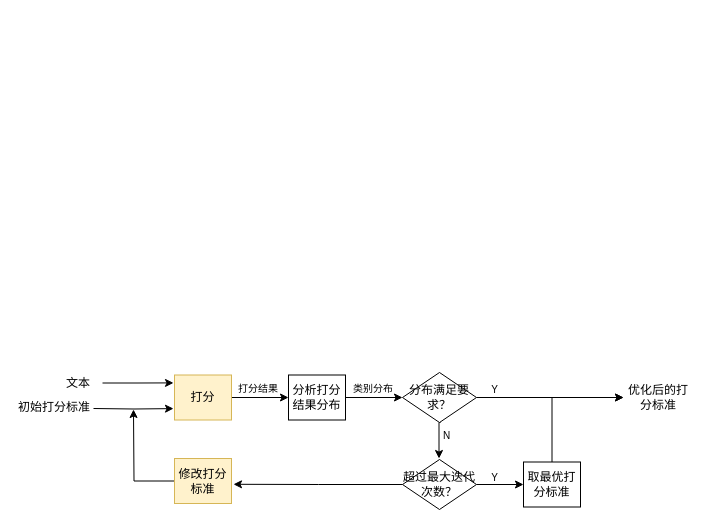
Earlier version of the draw.io diagram 研究局多源异构.drawio (CindyZX/drawio_figures). Source tidied: cells renumbered, new cells numbered last; positions are measured from the earlier drawing's top-left corner, leaving out a move shared by most shapes. Both pictures are drawn from the tidied source at 100%, with x=0, y=0 at pixel (16, 367).
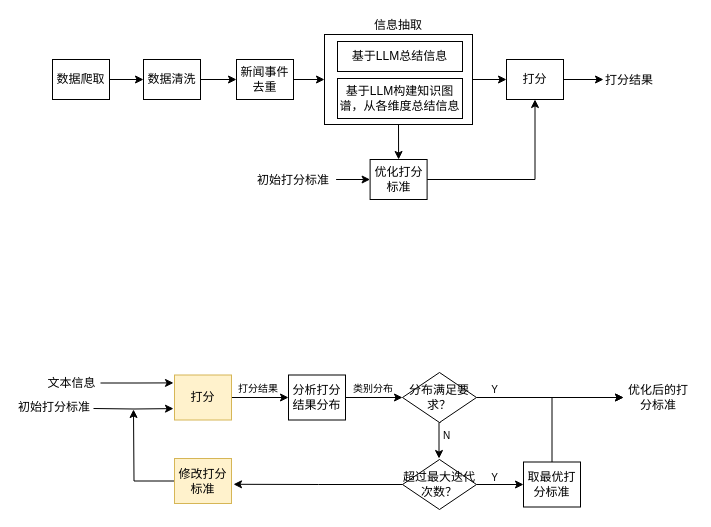
The same page after the edit.

Commit message:
更新研究局多源异构.drawio

Diff of the diagram source:
```diff
@@
-    <mxCell id="2" style="edgeStyle=orthogonalEdgeStyle;rounded=0;jettySize=auto;html=1;exitX=1;exitY=0.5;exitDx=0;exitDy=0;" parent="1" edge="1" source="3">
+    <mxCell id="2" style="edgeStyle=orthogonalEdgeStyle;rounded=0;jettySize=auto;html=1;" parent="1" edge="1" source="3">
       <mxGeometry relative="1" as="geometry">
         <mxPoint x="157" y="15.4" as="targetPoint" />
       </mxGeometry>
     </mxCell>
-    <mxCell id="3" value="文本" style="text;html=1;align=center;verticalAlign=middle;whiteSpace=wrap;rounded=0;" parent="1" vertex="1">
-      <mxGeometry x="38" y="0.5" width="48" height="30" as="geometry" />
+    <mxCell id="3" value="文本信息" style="text;html=1;align=center;verticalAlign=middle;whiteSpace=wrap;rounded=0;" parent="1" vertex="1">
+      <mxGeometry x="27" y="0.5" width="57" height="30" as="geometry" />
     </mxCell>
@@
+    <mxCell id="26" style="edgeStyle=orthogonalEdgeStyle;rounded=0;jettySize=auto;html=1;exitX=1;exitY=0.5;exitDx=0;exitDy=0;entryX=0;entryY=0.5;entryDx=0;entryDy=0;" parent="1" edge="1" source="27" target="30">
+      <mxGeometry relative="1" as="geometry" />
+    </mxCell>
+    <mxCell id="27" value="数据爬取" style="rounded=0;whiteSpace=wrap;html=1;" parent="1" vertex="1">
+      <mxGeometry x="36" y="-308" width="57" height="40" as="geometry" />
+    </mxCell>
+    <mxCell id="28" style="edgeStyle=orthogonalEdgeStyle;rounded=0;orthogonalLoop=1;jettySize=auto;html=1;exitX=0.5;exitY=1;exitDx=0;exitDy=0;" parent="1" edge="1" source="27" target="27">
+      <mxGeometry relative="1" as="geometry" />
+    </mxCell>
+    <mxCell id="29" style="edgeStyle=orthogonalEdgeStyle;rounded=0;jettySize=auto;html=1;exitX=1;exitY=0.5;exitDx=0;exitDy=0;entryX=0;entryY=0.5;entryDx=0;entryDy=0;" parent="1" edge="1" source="30" target="32">
+      <mxGeometry relative="1" as="geometry" />
+    </mxCell>
+    <mxCell id="30" value="数据清洗" style="rounded=0;whiteSpace=wrap;html=1;" parent="1" vertex="1">
+      <mxGeometry x="127" y="-308" width="57" height="40" as="geometry" />
+    </mxCell>
+    <mxCell id="31" style="edgeStyle=orthogonalEdgeStyle;rounded=0;jettySize=auto;html=1;exitX=1;exitY=0.5;exitDx=0;exitDy=0;entryX=0;entryY=0.5;entryDx=0;entryDy=0;" parent="1" edge="1" source="32" target="39">
+      <mxGeometry relative="1" as="geometry" />
+    </mxCell>
+    <mxCell id="32" value="新闻事件去重" style="rounded=0;whiteSpace=wrap;html=1;" parent="1" vertex="1">
+      <mxGeometry x="220" y="-308" width="57" height="40" as="geometry" />
+    </mxCell>
+    <mxCell id="33" style="edgeStyle=orthogonalEdgeStyle;rounded=0;jettySize=auto;html=1;exitX=1;exitY=0.5;exitDx=0;exitDy=0;entryX=0;entryY=0.5;entryDx=0;entryDy=0;" parent="1" edge="1" source="34" target="37">
+      <mxGeometry relative="1" as="geometry" />
+    </mxCell>
+    <mxCell id="34" value="打分" style="rounded=0;whiteSpace=wrap;html=1;" parent="1" vertex="1">
+      <mxGeometry x="490" y="-308" width="57" height="40" as="geometry" />
+    </mxCell>
+    <mxCell id="35" style="edgeStyle=orthogonalEdgeStyle;rounded=0;jettySize=auto;html=1;exitX=1;exitY=0.5;exitDx=0;exitDy=0;entryX=0.5;entryY=1;entryDx=0;entryDy=0;" parent="1" edge="1" source="36" target="34">
+      <mxGeometry relative="1" as="geometry" />
+    </mxCell>
+    <mxCell id="36" value="优化打分标准" style="rounded=0;whiteSpace=wrap;html=1;" parent="1" vertex="1">
+      <mxGeometry x="353.6" y="-208" width="57" height="40" as="geometry" />
+    </mxCell>
+    <mxCell id="37" value="&lt;span style=&quot;color: rgb(0, 0, 0); font-family: Helvetica; font-size: 12px; font-style: normal; font-variant-ligatures: normal; font-variant-caps: normal; font-weight: 400; letter-spacing: normal; orphans: 2; text-align: center; text-indent: 0px; text-transform: none; widows: 2; word-spacing: 0px; -webkit-text-stroke-width: 0px; white-space: normal; background-color: rgb(255, 255, 255); text-decoration-thickness: initial; text-decoration-style: initial; text-decoration-color: initial; display: inline !important; float: none;&quot;&gt;打分结果&lt;/span&gt;" style="text;whiteSpace=wrap;html=1;" parent="1" vertex="1">
+      <mxGeometry x="587" y="-301.5" width="60.6" height="27" as="geometry" />
+    </mxCell>
+    <mxCell id="38" style="group;" parent="1" vertex="1">
+      <mxGeometry x="308" y="-333" width="148" height="90" as="geometry" />
+    </mxCell>
+    <mxCell id="39" value="信息抽取" style="rounded=0;whiteSpace=wrap;html=1;labelPosition=center;verticalLabelPosition=top;align=center;verticalAlign=bottom;" parent="38" vertex="1">
+      <mxGeometry width="148" height="90" as="geometry" />
+    </mxCell>
+    <mxCell id="40" value="基于LLM总结信息" style="rounded=0;whiteSpace=wrap;html=1;" parent="38" vertex="1">
+      <mxGeometry x="13" y="7" width="125" height="30" as="geometry" />
+    </mxCell>
+    <mxCell id="41" value="基于LLM构建知识图谱，从各维度总结信息" style="rounded=0;whiteSpace=wrap;html=1;" parent="38" vertex="1">
+      <mxGeometry x="13" y="44" width="125" height="40" as="geometry" />
+    </mxCell>
+    <mxCell id="42" style="edgeStyle=orthogonalEdgeStyle;rounded=0;jettySize=auto;html=1;exitX=1;exitY=0.5;exitDx=0;exitDy=0;entryX=0;entryY=0.5;entryDx=0;entryDy=0;" parent="1" edge="1" source="39" target="34">
+      <mxGeometry relative="1" as="geometry" />
+    </mxCell>
+    <mxCell id="43" style="edgeStyle=orthogonalEdgeStyle;rounded=0;jettySize=auto;html=1;exitX=1;exitY=0.5;exitDx=0;exitDy=0;entryX=0;entryY=0.5;entryDx=0;entryDy=0;" parent="1" edge="1" source="44" target="36">
+      <mxGeometry relative="1" as="geometry" />
+    </mxCell>
+    <mxCell id="44" value="&lt;span style=&quot;color: rgb(0, 0, 0); font-family: Helvetica; font-size: 12px; font-style: normal; font-variant-ligatures: normal; font-variant-caps: normal; font-weight: 400; letter-spacing: normal; orphans: 2; text-align: center; text-indent: 0px; text-transform: none; widows: 2; word-spacing: 0px; -webkit-text-stroke-width: 0px; white-space: normal; background-color: rgb(255, 255, 255); text-decoration-thickness: initial; text-decoration-style: initial; text-decoration-color: initial; display: inline !important; float: none;&quot;&gt;初始打分标准&lt;/span&gt;" style="text;whiteSpace=wrap;html=1;" parent="1" vertex="1">
+      <mxGeometry x="239" y="-201.5" width="80.6" height="27" as="geometry" />
+    </mxCell>
+    <mxCell id="45" style="edgeStyle=orthogonalEdgeStyle;rounded=0;jettySize=auto;html=1;exitX=0.5;exitY=1;exitDx=0;exitDy=0;entryX=0.5;entryY=0;entryDx=0;entryDy=0;" parent="1" edge="1" source="39" target="36">
+      <mxGeometry relative="1" as="geometry" />
+    </mxCell>
```
